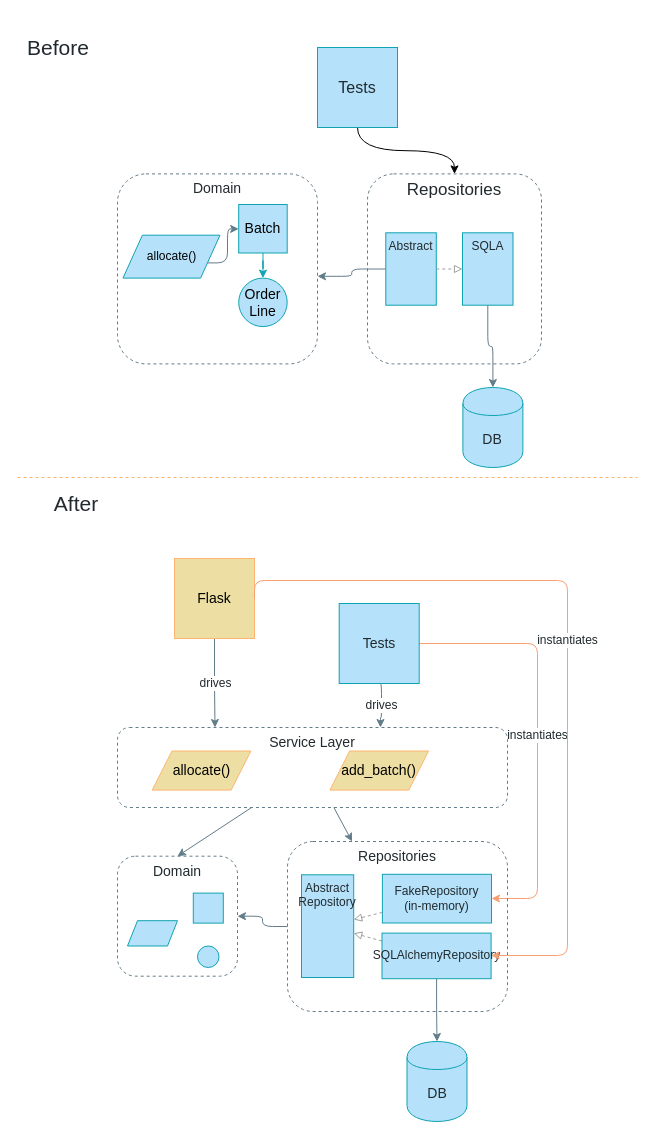
Before: page "Chapter 4" (3 of 10) of maps.drawio in cosmicpython/book, a draw.io diagram. Source tidied: cells renumbered, new cells numbered last; positions are measured from the earlier drawing's top-left corner, leaving out a move shared by most shapes. Both pictures are drawn from the tidied source at 100%, with x=0, y=0 at pixel (17, 37).
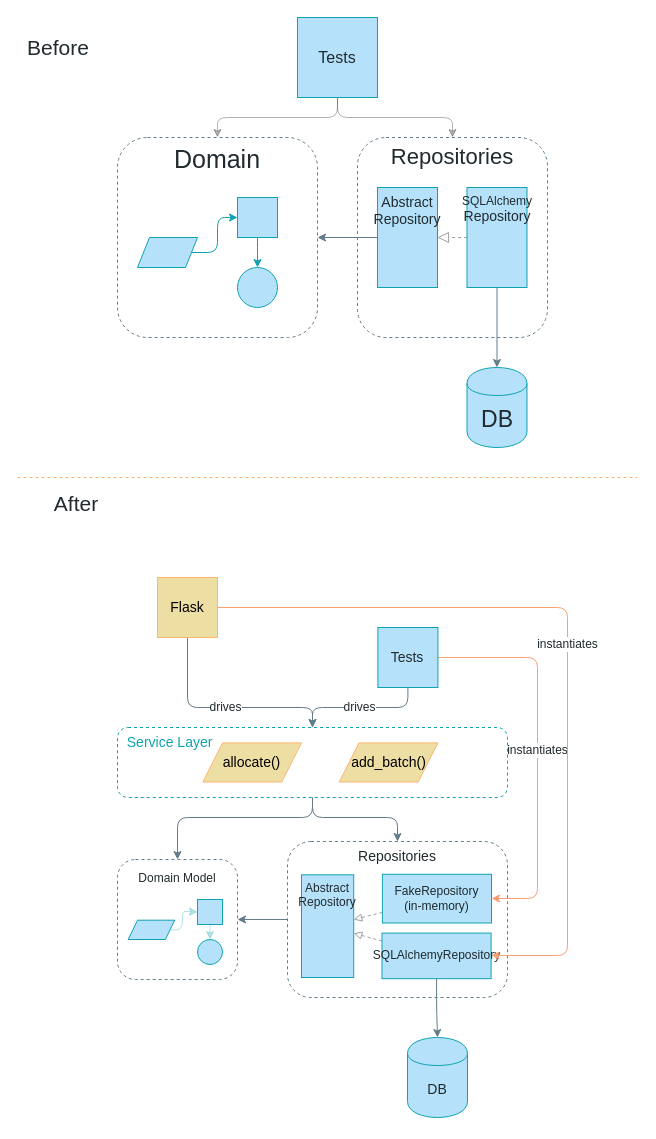
After the change.

Unchanged cells that the change refers to:
```xml
<mxCell id="24" value="&lt;div&gt;FakeRepository&lt;/div&gt;&lt;div&gt;(in-memory)&lt;br&gt;&lt;/div&gt;" style="whiteSpace=wrap;html=1;strokeColor=#0FA3B1;fillColor=#B5E2FA;gradientColor=none;fontFamily=Guardian Sans Cond Light;fontSize=12;fontColor=#212A2E;verticalAlign=middle;" parent="1" vertex="1">
  <mxGeometry x="364.9" y="836.8" width="109.1" height="48.7" as="geometry" />
</mxCell>
<mxCell id="26" value="&lt;div&gt;SQLAlchemyRepository&lt;br&gt;&lt;/div&gt;" style="whiteSpace=wrap;html=1;strokeColor=#0FA3B1;fillColor=#B5E2FA;gradientColor=none;fontFamily=Guardian Sans Cond Light;fontSize=12;fontColor=#212A2E;verticalAlign=middle;" parent="1" vertex="1">
  <mxGeometry x="364.5" y="895.6" width="109.1" height="45.6" as="geometry" />
</mxCell>
```

What changed in the source:
```diff
@@
-    <mxCell id="5" value="DB" style="shape=cylinder;whiteSpace=wrap;html=1;boundedLbl=1;backgroundOutline=1;strokeColor=#0FA3B1;fillColor=#B5E2FA;fontSize=14;fontColor=#212A2E;gradientColor=none;fontFamily=Guardian Sans Cond Light;" parent="1" vertex="1">
-      <mxGeometry x="445.4" y="350" width="60" height="80" as="geometry" />
-    </mxCell>
+    <mxCell id="46" style="edgeStyle=orthogonalEdgeStyle;rounded=1;jumpStyle=arc;jettySize=auto;html=1;fontSize=18;fontColor=#0FA3B1;opacity=30;entryX=0.5;entryY=0;entryDx=0;entryDy=0;" parent="1" edge="1" source="7" target="61">
+      <mxGeometry relative="1" as="geometry" />
+    </mxCell>
-    <mxCell id="6" style="edgeStyle=orthogonalEdgeStyle;jettySize=auto;html=1;entryX=0.5;entryY=0;entryDx=0;entryDy=0;strokeColor=#000000;fillColor=#B5E2FA;fontFamily=Guardian Sans Cond Light;fontSize=12;fontColor=#212A2E;curved=1;" parent="1" edge="1" source="7" target="18">
+    <mxCell id="6" style="edgeStyle=orthogonalEdgeStyle;rounded=1;jumpStyle=arc;jettySize=auto;html=1;fontSize=18;fontColor=#0FA3B1;opacity=30;entryX=0.5;entryY=0;entryDx=0;entryDy=0;" parent="1" edge="1" source="7" target="18">
       <mxGeometry relative="1" as="geometry" />
     </mxCell>
     <mxCell id="7" value="Tests" style="whiteSpace=wrap;html=1;strokeColor=#0FA3B1;fillColor=#B5E2FA;gradientColor=none;fontFamily=Guardian Sans Cond Light;fontSize=16;fontColor=#212A2E;" parent="1" vertex="1">
-      <mxGeometry x="300" y="10" width="80" height="80" as="geometry" />
+      <mxGeometry x="280" y="-20" width="80" height="80" as="geometry" />
     </mxCell>
-    <mxCell id="8" style="edgeStyle=orthogonalEdgeStyle;jettySize=auto;html=1;strokeColor=#637C89;fillColor=#B5E2FA;fontFamily=Guardian Sans Cond Light;fontSize=12;fontColor=#212A2E;entryX=1;entryY=0.539;entryDx=0;entryDy=0;entryPerimeter=0;" parent="1" edge="1" source="19" target="36">
-      <mxGeometry relative="1" as="geometry" />
-    </mxCell>
-    <mxCell id="9" style="edgeStyle=orthogonalEdgeStyle;jettySize=auto;html=1;entryX=0.5;entryY=0;entryDx=0;entryDy=0;strokeColor=#637C89;fillColor=#B5E2FA;fontFamily=Guardian Sans Cond Light;fontSize=12;fontColor=#212A2E;" parent="1" edge="1" source="20" target="5">
-      <mxGeometry relative="1" as="geometry" />
-    </mxCell>
     <mxCell id="10" value="DB" style="shape=cylinder;whiteSpace=wrap;html=1;boundedLbl=1;backgroundOutline=1;strokeColor=#0FA3B1;fillColor=#B5E2FA;fontSize=14;fontColor=#212A2E;gradientColor=none;fontFamily=Guardian Sans Cond Light;" parent="1" vertex="1">
-      <mxGeometry x="389.5" y="1004" width="60" height="80" as="geometry" />
+      <mxGeometry x="390" y="1000" width="60" height="80" as="geometry" />
     </mxCell>
@@
-    <mxCell id="12" value="drives" style="edgeStyle=orthogonalEdgeStyle;jettySize=auto;html=1;strokeColor=#637C89;fillColor=#B5E2FA;fontFamily=Guardian Sans Cond Light;fontSize=12;fontColor=#212A2E;entryX=0.25;entryY=0;entryDx=0;entryDy=0;" parent="1" edge="1" source="13" target="43">
-      <mxGeometry relative="1" as="geometry" />
+    <mxCell id="12" value="drives" style="edgeStyle=orthogonalEdgeStyle;jettySize=auto;html=1;strokeColor=#637C89;fillColor=#B5E2FA;fontFamily=Guardian Sans Cond Light;fontSize=12;fontColor=#212A2E;" parent="1" edge="1" source="13" target="43">
+      <mxGeometry relative="1" as="geometry">
+        <Array as="points">
+          <mxPoint x="170" y="670" />
+          <mxPoint x="295" y="670" />
+        </Array>
+      </mxGeometry>
     </mxCell>
     <mxCell id="13" value="Flask" style="whiteSpace=wrap;html=1;strokeColor=#FFB570;fillColor=#EDDEA4;gradientColor=none;fontFamily=Guardian Sans Cond Light;fontSize=14;fontColor=#000000;" parent="1" vertex="1">
-      <mxGeometry x="157" y="521" width="80" height="80" as="geometry" />
+      <mxGeometry x="140" y="540" width="60" height="60" as="geometry" />
     </mxCell>
-    <mxCell id="14" value="drives" style="edgeStyle=orthogonalEdgeStyle;jettySize=auto;html=1;strokeColor=#637C89;fillColor=#B5E2FA;fontFamily=Guardian Sans Cond Light;fontSize=12;fontColor=#212A2E;exitX=0.5;exitY=1;exitDx=0;exitDy=0;" parent="1" edge="1" source="16">
-      <mxGeometry relative="1" as="geometry">
-        <mxPoint x="363" y="690" as="targetPoint" />
-        <Array as="points">
-          <mxPoint x="364" y="680" />
-          <mxPoint x="363" y="680" />
-        </Array>
-      </mxGeometry>
+    <mxCell id="14" value="drives" style="edgeStyle=orthogonalEdgeStyle;jettySize=auto;html=1;strokeColor=#637C89;fillColor=#B5E2FA;fontFamily=Guardian Sans Cond Light;fontSize=12;fontColor=#212A2E;exitX=0.5;exitY=1;exitDx=0;exitDy=0;" parent="1" edge="1" source="16" target="43">
+      <mxGeometry relative="1" as="geometry" />
     </mxCell>
     <mxCell id="15" value="instantiates" style="edgeStyle=orthogonalEdgeStyle;jettySize=auto;html=1;strokeColor=#F7A072;fillColor=#f5f5f5;fontFamily=Guardian Sans Cond Light;fontSize=12;fontColor=#212A2E;exitX=1;exitY=0.5;exitDx=0;exitDy=0;" parent="1" edge="1" source="16" target="24">
       <mxGeometry relative="1" as="geometry">
         <Array as="points">
-          <mxPoint x="520" y="606" />
+          <mxPoint x="520" y="620" />
           <mxPoint x="520" y="861" />
         </Array>
       </mxGeometry>
     </mxCell>
     <mxCell id="16" value="Tests" style="whiteSpace=wrap;html=1;strokeColor=#0FA3B1;fillColor=#B5E2FA;gradientColor=none;fontFamily=Guardian Sans Cond Light;fontSize=14;fontColor=#212A2E;" parent="1" vertex="1">
-      <mxGeometry x="321.7" y="566" width="80" height="80" as="geometry" />
+      <mxGeometry x="360.4" y="590" width="60" height="60" as="geometry" />
     </mxCell>
-    <mxCell id="17" style="edgeStyle=orthogonalEdgeStyle;jettySize=auto;html=1;strokeColor=#637C89;fillColor=#B5E2FA;fontFamily=Guardian Sans Cond Light;fontSize=12;fontColor=#212A2E;" parent="1" edge="1" source="22" target="29">
+    <mxCell id="17" style="edgeStyle=orthogonalEdgeStyle;jettySize=auto;html=1;strokeColor=#637C89;fillColor=#B5E2FA;fontFamily=Guardian Sans Cond Light;fontSize=12;fontColor=#212A2E;" parent="1" edge="1" source="22" target="49">
       <mxGeometry relative="1" as="geometry" />
     </mxCell>
-    <mxCell id="18" value="&lt;font style=&quot;font-size: 17px;&quot; color=&quot;#212A2E&quot;&gt;Repositories&lt;/font&gt;" style="whiteSpace=wrap;html=1;strokeColor=#637C89;fillColor=none;gradientColor=none;fontFamily=Guardian Sans Cond Light;fontSize=17;fontColor=#000000;verticalAlign=top;rounded=1;dashed=1;" parent="1" vertex="1">
-      <mxGeometry x="350" y="136.4" width="174" height="190" as="geometry" />
-    </mxCell>
-    <mxCell id="19" value="Abstract" style="whiteSpace=wrap;html=1;strokeColor=#0FA3B1;fillColor=#B5E2FA;gradientColor=none;fontFamily=Guardian Sans Cond Light;fontSize=12;fontColor=#212A2E;verticalAlign=top;" parent="1" vertex="1">
-      <mxGeometry x="368.3" y="195.3" width="50.5" height="72.4" as="geometry" />
-    </mxCell>
-    <mxCell id="20" value="SQLA" style="whiteSpace=wrap;html=1;strokeColor=#0FA3B1;fillColor=#B5E2FA;gradientColor=none;fontFamily=Guardian Sans Cond Light;fontSize=12;fontColor=#212A2E;verticalAlign=top;" parent="1" vertex="1">
-      <mxGeometry x="445" y="195.3" width="50.5" height="72.4" as="geometry" />
-    </mxCell>
-    <mxCell id="21" style="endArrow=block;dashed=1;endFill=0;endSize=6;html=1;strokeColor=#9E9E9E;fillColor=#B5E2FA;fontFamily=Guardian Sans Cond Light;fontSize=12;fontColor=#212A2E;entryX=0;entryY=0.5;entryDx=0;entryDy=0;exitX=1;exitY=0.5;exitDx=0;exitDy=0;" parent="1" edge="1" source="19" target="20">
-      <mxGeometry relative="1" as="geometry" />
-    </mxCell>
     <mxCell id="22" value="&lt;font style=&quot;font-size: 14px&quot; color=&quot;#212A2E&quot;&gt;Repositories&lt;/font&gt;" style="whiteSpace=wrap;html=1;strokeColor=#637C89;fillColor=none;gradientColor=none;fontFamily=Guardian Sans Cond Light;fontSize=12;fontColor=#000000;verticalAlign=top;rounded=1;dashed=1;" parent="1" vertex="1">
-      <mxGeometry x="270" y="804" width="220" height="170" as="geometry" />
+      <mxGeometry x="270" y="804" width="220" height="156" as="geometry" />
     </mxCell>
@@
     <mxCell id="28" value="instantiates" style="edgeStyle=orthogonalEdgeStyle;jettySize=auto;html=1;strokeColor=#F7A072;fillColor=#f5f5f5;fontFamily=Guardian Sans Cond Light;fontSize=12;fontColor=#212A2E;exitX=1;exitY=0.5;exitDx=0;exitDy=0;" parent="1" edge="1" source="13" target="26">
       <mxGeometry relative="1" as="geometry">
         <Array as="points">
-          <mxPoint x="237" y="543" />
-          <mxPoint x="550" y="543" />
+          <mxPoint x="550" y="570" />
           <mxPoint x="550" y="918" />
         </Array>
       </mxGeometry>
     </mxCell>
-    <mxCell id="29" value="Domain" style="rounded=1;whiteSpace=wrap;html=1;fontFamily=Guardian Sans Cond Light;verticalAlign=top;fontSize=14;fontColor=#212A2E;fillColor=none;strokeColor=#637C89;dashed=1;" parent="1" vertex="1">
-      <mxGeometry x="100" y="818.7" width="120" height="120" as="geometry" />
-    </mxCell>
-    <mxCell id="30" style="whiteSpace=wrap;html=1;fontSize=14;strokeColor=#0FA3B1;fillColor=#B5E2FA;fontFamily=Guardian Sans Cond Light;" parent="1" vertex="1">
-      <mxGeometry x="175.8" y="855.6" width="30" height="30" as="geometry" />
-    </mxCell>
-    <mxCell id="31" style="ellipse;whiteSpace=wrap;html=1;fontSize=14;strokeColor=#0FA3B1;fillColor=#B5E2FA;fontFamily=Guardian Sans Cond Light;" parent="1" vertex="1">
-      <mxGeometry x="180" y="908.5" width="21.5" height="21.5" as="geometry" />
-    </mxCell>
-    <mxCell id="32" style="shape=parallelogram;perimeter=parallelogramPerimeter;whiteSpace=wrap;html=1;fontFamily=Guardian Sans Cond Light;fontSize=14;fontColor=#000000;align=center;strokeColor=#0FA3B1;fillColor=#B5E2FA;" parent="1" vertex="1">
-      <mxGeometry x="110" y="883.2" width="50" height="25.3" as="geometry" />
-    </mxCell>
+    <mxCell id="47" style="edgeStyle=orthogonalEdgeStyle;rounded=1;jumpStyle=arc;jettySize=auto;html=1;fontSize=12;entryX=0.5;entryY=0;entryDx=0;entryDy=0;fontFamily=Guardian Sans Cond Light;fontColor=#212A2E;strokeColor=#637C89;fillColor=#B5E2FA;" parent="1" edge="1" source="43" target="49">
+      <mxGeometry relative="1" as="geometry">
+        <Array as="points">
+          <mxPoint x="295" y="780" />
+          <mxPoint x="160" y="780" />
+        </Array>
+      </mxGeometry>
+    </mxCell>
-    <mxCell id="33" style="endArrow=classic;html=1;fontSize=12;strokeColor=#637C89;" parent="1" edge="1" source="43" target="22">
-      <mxGeometry relative="1" as="geometry" />
+    <mxCell id="33" style="edgeStyle=orthogonalEdgeStyle;rounded=1;jumpStyle=arc;jettySize=auto;html=1;fontSize=12;fontFamily=Guardian Sans Cond Light;fontColor=#212A2E;strokeColor=#637C89;fillColor=#B5E2FA;" parent="1" edge="1" source="43" target="22">
+      <mxGeometry relative="1" as="geometry">
+        <Array as="points">
+          <mxPoint x="295" y="780" />
+          <mxPoint x="380" y="780" />
+        </Array>
+      </mxGeometry>
     </mxCell>
-    <mxCell id="34" style="endArrow=classic;html=1;fontSize=12;strokeColor=#637C89;entryX=0.5;entryY=0;entryDx=0;entryDy=0;" parent="1" edge="1" source="43" target="29">
-      <mxGeometry relative="1" as="geometry" />
-    </mxCell>
-    <mxCell id="35" style="group;" parent="1" vertex="1">
-      <mxGeometry x="100" y="136.4" width="200" height="190" as="geometry" />
-    </mxCell>
-    <mxCell id="36" value="Domain" style="rounded=1;whiteSpace=wrap;html=1;fontFamily=Guardian Sans Cond Light;verticalAlign=top;fontSize=14;fontColor=#212A2E;fillColor=none;strokeColor=#637C89;dashed=1;" parent="35" vertex="1">
-      <mxGeometry width="200" height="190" as="geometry" />
-    </mxCell>
-    <mxCell id="37" value="Batch" style="whiteSpace=wrap;html=1;fontSize=14;strokeColor=#0FA3B1;fillColor=#B5E2FA;fontFamily=Guardian Sans Cond Light;" parent="35" vertex="1">
-      <mxGeometry x="121.2" y="30.6" width="48.5" height="48.5" as="geometry" />
-    </mxCell>
-    <mxCell id="38" value="Order&lt;br&gt;Line" style="ellipse;whiteSpace=wrap;html=1;fontSize=14;strokeColor=#0FA3B1;fillColor=#B5E2FA;fontFamily=Guardian Sans Cond Light;" parent="35" vertex="1">
-      <mxGeometry x="121.2" y="104.2" width="48.5" height="48.5" as="geometry" />
-    </mxCell>
-    <mxCell id="39" style="edgeStyle=orthogonalEdgeStyle;jettySize=auto;html=1;fontSize=14;strokeColor=#0FA3B1;fillColor=#B5E2FA;fontFamily=Guardian Sans Cond Light;" parent="35" edge="1" source="37" target="38">
-      <mxGeometry relative="1" as="geometry" />
-    </mxCell>
-    <mxCell id="40" style="edgeStyle=orthogonalEdgeStyle;rounded=1;jettySize=auto;html=1;fontSize=14;strokeColor=#637C89;fontFamily=Guardian Sans Cond Light;" parent="35" edge="1" source="41" target="37">
-      <mxGeometry relative="1" as="geometry">
-        <Array as="points">
-          <mxPoint x="110" y="89" />
-          <mxPoint x="110" y="55" />
-        </Array>
-      </mxGeometry>
-    </mxCell>
-    <mxCell id="41" value="&lt;div style=&quot;font-size: 12px&quot;&gt;allocate()&lt;/div&gt;" style="shape=parallelogram;perimeter=parallelogramPerimeter;whiteSpace=wrap;html=1;fontFamily=Guardian Sans Cond Light;fontSize=12;fontColor=#000000;align=center;strokeColor=#0FA3B1;fillColor=#B5E2FA;" parent="35" vertex="1">
-      <mxGeometry x="5.5" y="61.3" width="97" height="42.9" as="geometry" />
-    </mxCell>
-    <mxCell id="42" style="group;" parent="35" vertex="1">
-      <mxGeometry x="84.8" y="36.4" width="115.2" height="116.5" as="geometry" />
-    </mxCell>
-    <mxCell id="43" value="Service Layer" style="rounded=1;whiteSpace=wrap;html=1;fontFamily=Guardian Sans Cond Light;verticalAlign=top;fontSize=14;fontColor=#212A2E;fillColor=none;strokeColor=#637C89;fontStyle=0;dashed=1;" parent="1" vertex="1">
-      <mxGeometry x="100" y="690" width="390" height="80" as="geometry" />
+    <mxCell id="43" value="&amp;nbsp; Service Layer" style="rounded=1;whiteSpace=wrap;html=1;fontFamily=Guardian Sans Cond Light;verticalAlign=top;fontSize=14;fontColor=#0FA3B1;fillColor=none;strokeColor=#0FA3B1;fontStyle=0;dashed=1;align=left;" parent="1" vertex="1">
+      <mxGeometry x="100" y="690" width="390" height="70" as="geometry" />
     </mxCell>
     <mxCell id="44" value="allocate()" style="shape=parallelogram;perimeter=parallelogramPerimeter;whiteSpace=wrap;html=1;fontFamily=Guardian Sans Cond Light;fontSize=14;fontColor=#000000;align=center;strokeColor=#FFB570;fillColor=#EDDEA4;" parent="1" vertex="1">
-      <mxGeometry x="134.7" y="713.5" width="98.7" height="39.1" as="geometry" />
+      <mxGeometry x="185.3" y="705.4" width="98.7" height="39.1" as="geometry" />
     </mxCell>
     <mxCell id="45" value="add_batch()" style="shape=parallelogram;perimeter=parallelogramPerimeter;whiteSpace=wrap;html=1;fontFamily=Guardian Sans Cond Light;fontSize=14;fontColor=#000000;align=center;strokeColor=#FFB570;fillColor=#EDDEA4;" parent="1" vertex="1">
-      <mxGeometry x="312.4" y="713.5" width="98.7" height="39.1" as="geometry" />
+      <mxGeometry x="321.7" y="705.4" width="98.7" height="39.1" as="geometry" />
     </mxCell>
+    <mxCell id="48" style="group;" parent="1" vertex="1">
+      <mxGeometry x="100" y="822" width="120" height="120" as="geometry" />
+    </mxCell>
+    <mxCell id="49" value="&lt;font style=&quot;font-size: 12px&quot;&gt;Domain Model&lt;/font&gt;" style="rounded=1;whiteSpace=wrap;html=1;fontFamily=Guardian Sans Cond Light;verticalAlign=top;fontSize=18;fontColor=#212A2E;fillColor=none;strokeColor=#637C89;dashed=1;" parent="48" vertex="1">
+      <mxGeometry width="120" height="120" as="geometry" />
+    </mxCell>
+    <mxCell id="50" style="whiteSpace=wrap;html=1;fontSize=22;strokeColor=#0FA3B1;fillColor=#B5E2FA;fontFamily=Guardian Sans Cond Light;" parent="48" vertex="1">
+      <mxGeometry x="80" y="40" width="25" height="25" as="geometry" />
+    </mxCell>
+    <mxCell id="51" style="ellipse;whiteSpace=wrap;html=1;fontSize=20;strokeColor=#0FA3B1;fillColor=#B5E2FA;fontFamily=Guardian Sans Cond Light;" parent="48" vertex="1">
+      <mxGeometry x="80" y="80" width="25" height="25" as="geometry" />
+    </mxCell>
+    <mxCell id="52" style="edgeStyle=orthogonalEdgeStyle;jettySize=auto;html=1;fontSize=14;strokeColor=#0FA3B1;fillColor=#B5E2FA;opacity=30;exitX=0.5;exitY=1;exitDx=0;exitDy=0;entryX=0.5;entryY=0;entryDx=0;entryDy=0;" parent="48" edge="1" source="50" target="51">
+      <mxGeometry relative="1" as="geometry">
+        <Array as="points">
+          <mxPoint x="93" y="70" />
+          <mxPoint x="93" y="70" />
+        </Array>
+      </mxGeometry>
+    </mxCell>
+    <mxCell id="53" style="edgeStyle=orthogonalEdgeStyle;rounded=1;jettySize=auto;html=1;fontSize=14;strokeColor=#0FA3B1;entryX=0;entryY=0.5;entryDx=0;entryDy=0;exitX=1;exitY=0.5;exitDx=0;exitDy=0;opacity=30;" parent="48" edge="1" source="54" target="50">
+      <mxGeometry relative="1" as="geometry">
+        <Array as="points">
+          <mxPoint x="65" y="70" />
+          <mxPoint x="65" y="52" />
+          <mxPoint x="70" y="52" />
+        </Array>
+      </mxGeometry>
+    </mxCell>
+    <mxCell id="54" style="shape=parallelogram;perimeter=parallelogramPerimeter;whiteSpace=wrap;html=1;strokeColor=#0FA3B1;fillColor=#B5E2FA;fontFamily=Guardian Sans Cond Light;fontSize=22;align=center;" parent="48" vertex="1">
+      <mxGeometry x="10.7" y="60.7" width="46.5" height="19.3" as="geometry" />
+    </mxCell>
+    <mxCell id="55" style="edgeStyle=orthogonalEdgeStyle;jettySize=auto;html=1;strokeColor=#637C89;fillColor=#B5E2FA;fontFamily=Guardian Sans Cond Light;fontSize=12;fontColor=#212A2E;" parent="1" edge="1" source="56" target="61">
+      <mxGeometry relative="1" as="geometry" />
+    </mxCell>
+    <mxCell id="18" value="&lt;font style=&quot;font-size: 22px;&quot; color=&quot;#212A2E&quot;&gt;Repositories&lt;/font&gt;" style="whiteSpace=wrap;html=1;strokeColor=#637C89;fillColor=none;gradientColor=none;fontFamily=Guardian Sans Cond Light;fontSize=22;fontColor=#000000;verticalAlign=top;rounded=1;dashed=1;" parent="1" vertex="1">
+      <mxGeometry x="340" y="100" width="190" height="200" as="geometry" />
+    </mxCell>
+    <mxCell id="56" value="&lt;font style=&quot;font-size: 14px;&quot; color=&quot;#212A2E&quot;&gt;Abstract Repository&lt;br style=&quot;font-size: 14px;&quot;&gt;&lt;/font&gt;" style="whiteSpace=wrap;html=1;strokeColor=#0FA3B1;fillColor=#B5E2FA;gradientColor=none;fontFamily=Guardian Sans Cond Light;fontSize=14;fontColor=#212A2E;verticalAlign=top;" parent="1" vertex="1">
+      <mxGeometry x="360" y="150" width="60" height="100" as="geometry" />
+    </mxCell>
+    <mxCell id="57" style="edgeStyle=orthogonalEdgeStyle;rounded=1;jettySize=auto;html=1;exitX=0.5;exitY=1;exitDx=0;exitDy=0;fontFamily=Guardian Sans Cond Light;fontSize=12;strokeColor=#637C89;fontColor=#212A2E;fillColor=#B5E2FA;" parent="1" edge="1" source="58" target="5">
+      <mxGeometry relative="1" as="geometry" />
+    </mxCell>
+    <mxCell id="58" value="SQLAlchemy&lt;br style=&quot;font-size: 12px&quot;&gt;&lt;font style=&quot;font-size: 14px&quot;&gt;Repository&lt;/font&gt;" style="whiteSpace=wrap;html=1;strokeColor=#0FA3B1;fillColor=#B5E2FA;gradientColor=none;fontFamily=Guardian Sans Cond Light;fontSize=12;fontColor=#212A2E;verticalAlign=top;" parent="1" vertex="1">
+      <mxGeometry x="449.5" y="150" width="60" height="100" as="geometry" />
+    </mxCell>
+    <mxCell id="59" value="&lt;div&gt;&lt;br&gt;&lt;/div&gt;" style="endArrow=block;dashed=1;endFill=0;endSize=9;html=1;strokeColor=#9E9E9E;fillColor=#B5E2FA;fontFamily=Guardian Sans Cond Light;fontSize=12;fontColor=#212A2E;startSize=4;entryX=1;entryY=0.5;entryDx=0;entryDy=0;exitX=0;exitY=0.5;exitDx=0;exitDy=0;labelPosition=center;verticalLabelPosition=top;align=center;verticalAlign=bottom;spacingBottom=5;" parent="1" edge="1" source="58" target="56">
+      <mxGeometry relative="1" as="geometry" />
+    </mxCell>
+    <mxCell id="5" value="DB" style="shape=cylinder;whiteSpace=wrap;html=1;boundedLbl=1;backgroundOutline=1;strokeColor=#0FA3B1;fillColor=#B5E2FA;fontSize=23;fontColor=#212A2E;gradientColor=none;fontFamily=Guardian Sans Cond Light;" parent="1" vertex="1">
+      <mxGeometry x="449.5" y="330" width="60" height="80" as="geometry" />
+    </mxCell>
+    <mxCell id="60" style="group;" parent="1" vertex="1">
+      <mxGeometry x="100" y="100" width="200" height="200" as="geometry" />
+    </mxCell>
+    <mxCell id="61" value="Domain" style="rounded=1;whiteSpace=wrap;html=1;fontFamily=Guardian Sans Cond Light;verticalAlign=top;fontSize=25;fontColor=#212A2E;fillColor=none;strokeColor=#637C89;dashed=1;" parent="60" vertex="1">
+      <mxGeometry width="200" height="200" as="geometry" />
+    </mxCell>
+    <mxCell id="62" style="whiteSpace=wrap;html=1;fontSize=22;strokeColor=#0FA3B1;fillColor=#B5E2FA;fontFamily=Guardian Sans Cond Light;" parent="60" vertex="1">
+      <mxGeometry x="120" y="60" width="40" height="40" as="geometry" />
+    </mxCell>
+    <mxCell id="63" style="ellipse;whiteSpace=wrap;html=1;fontSize=20;strokeColor=#0FA3B1;fillColor=#B5E2FA;fontFamily=Guardian Sans Cond Light;" parent="60" vertex="1">
+      <mxGeometry x="120" y="130" width="40" height="40" as="geometry" />
+    </mxCell>
+    <mxCell id="64" style="edgeStyle=orthogonalEdgeStyle;jettySize=auto;html=1;fontSize=14;strokeColor=#0FA3B1;fillColor=#B5E2FA;" parent="60" edge="1" source="62" target="63">
+      <mxGeometry relative="1" as="geometry" />
+    </mxCell>
+    <mxCell id="65" style="edgeStyle=orthogonalEdgeStyle;rounded=1;jettySize=auto;html=1;fontSize=14;strokeColor=#0FA3B1;entryX=0;entryY=0.5;entryDx=0;entryDy=0;exitX=1;exitY=0.5;exitDx=0;exitDy=0;" parent="60" edge="1" source="66" target="62">
+      <mxGeometry relative="1" as="geometry" />
+    </mxCell>
+    <mxCell id="66" style="shape=parallelogram;perimeter=parallelogramPerimeter;whiteSpace=wrap;html=1;strokeColor=#0FA3B1;fillColor=#B5E2FA;fontFamily=Guardian Sans Cond Light;fontSize=22;align=center;" parent="60" vertex="1">
+      <mxGeometry x="20" y="100" width="60" height="30" as="geometry" />
+    </mxCell>
```
